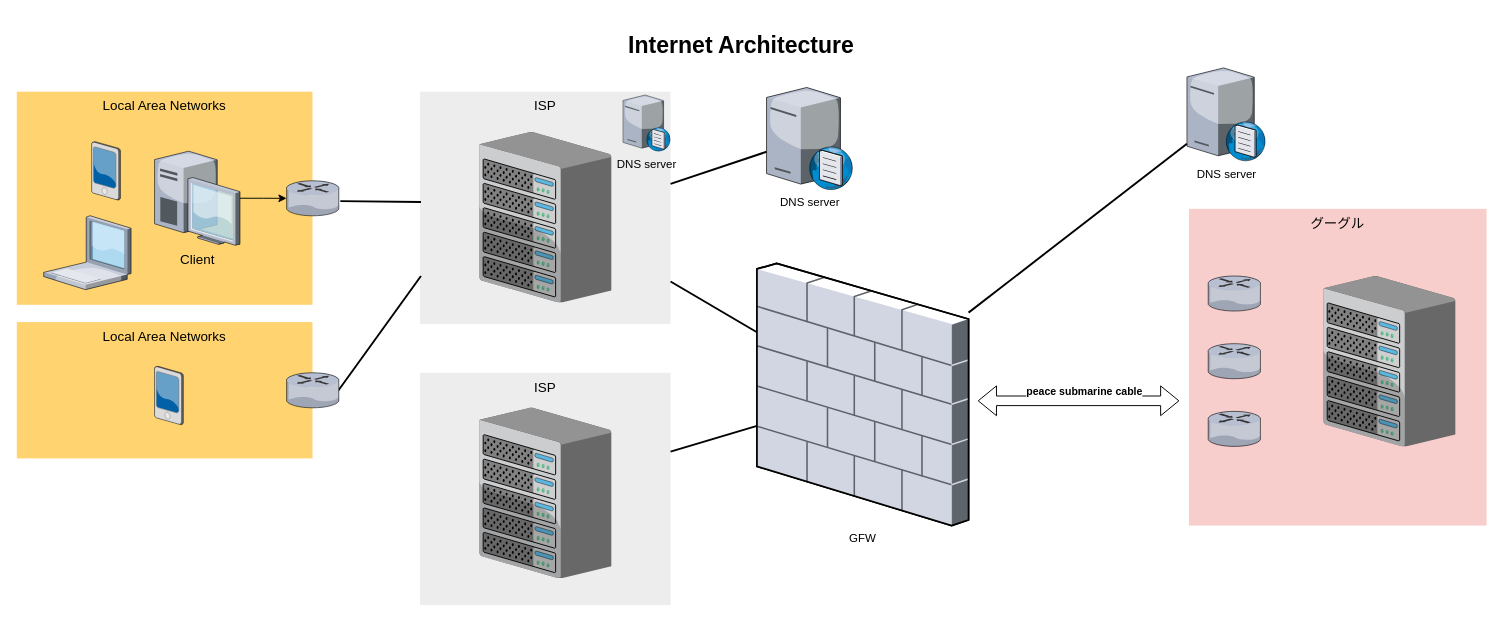
Above: GFW.drawio in nognight/my-diagram (draw.io), before the change. Source tidied: cells renumbered, new cells numbered last; positions are measured from the earlier drawing's top-left corner, leaving out a move shared by most shapes. Both pictures are drawn from the tidied source at 96%, with x=0, y=0 at pixel (16, 26).
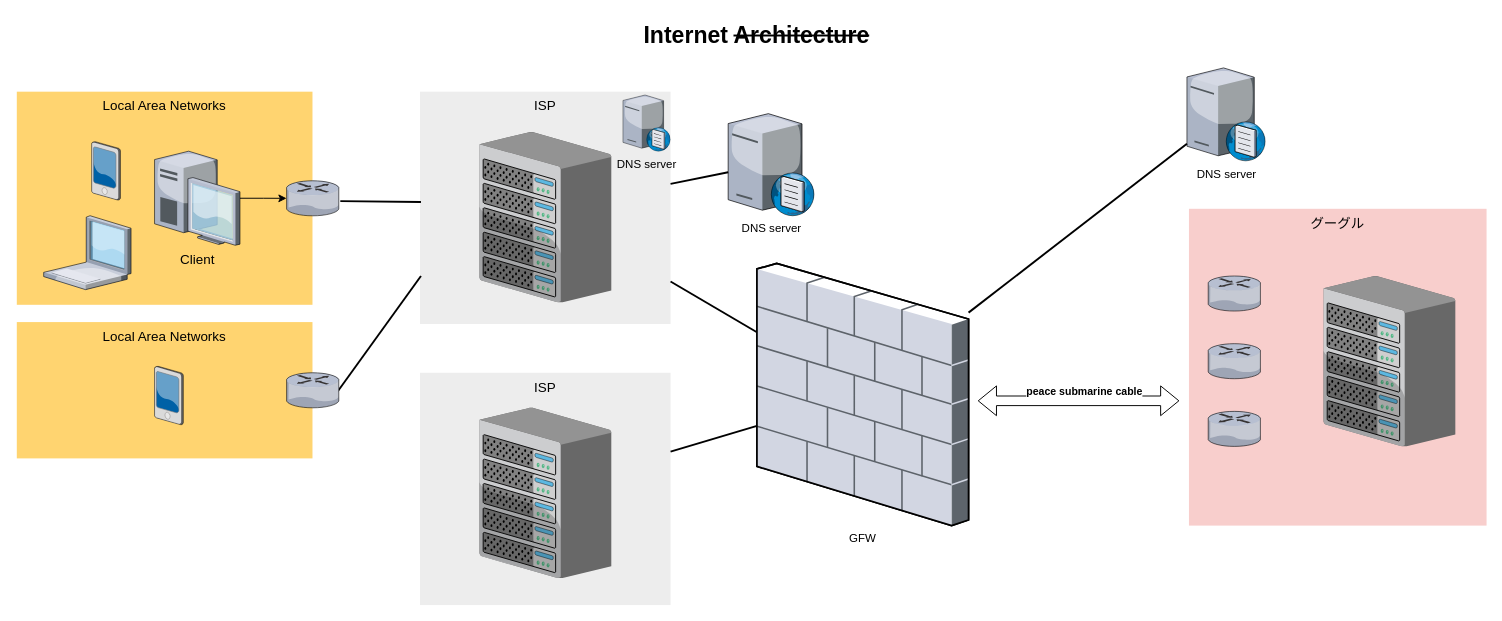
The same page after the edit.

Commit message (it also covers changes not shown here):
GFW.drawio を更新します

The edit, as a diff of the source:
```diff
@@
-    <mxCell id="12" value="&amp;nbsp;Internet Architecture" style="text;strokeColor=none;fillColor=none;html=1;fontSize=24;fontStyle=1;verticalAlign=middle;align=center;" parent="1" vertex="1">
-      <mxGeometry x="320" width="861" height="40" as="geometry" />
+    <mxCell id="12" value="&amp;nbsp;Internet &lt;strike&gt;Architecture&lt;/strike&gt;" style="text;strokeColor=none;fillColor=none;html=1;fontSize=24;fontStyle=1;verticalAlign=middle;align=center;" parent="1" vertex="1">
+      <mxGeometry x="336" y="-10" width="861" height="40" as="geometry" />
     </mxCell>
@@
     <mxCell id="25" value="DNS server" style="verticalLabelPosition=bottom;sketch=0;html=1;verticalAlign=top;strokeColor=none;align=center;outlineConnect=0;shape=mxgraph.citrix.dns_server;" parent="1" vertex="1">
-      <mxGeometry x="781" y="61" width="90.1" height="109" as="geometry" />
+      <mxGeometry x="741" y="88.2" width="90.1" height="109" as="geometry" />
     </mxCell>
```
